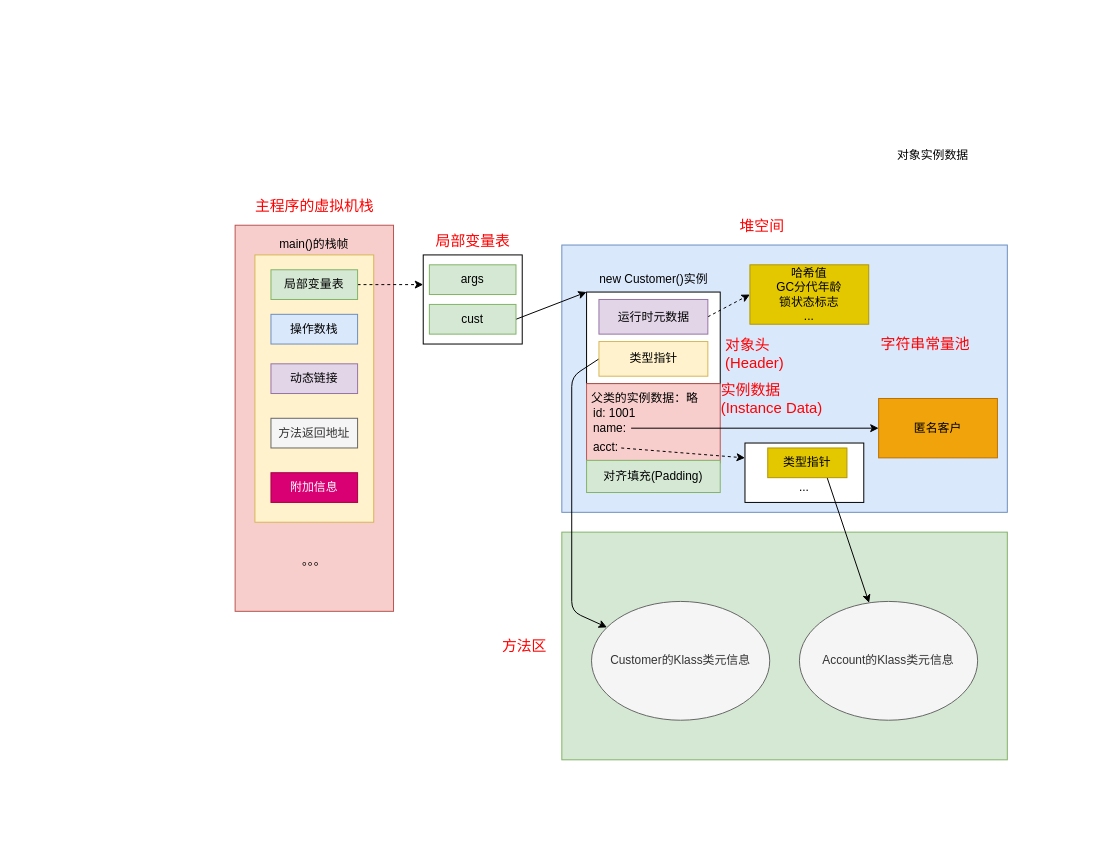
Before: source/_posts/编程语言/Java/Java语言/JVM/图示/2 Java内存区域/对象的内存布局.drawio in CoachHe/coachhe.github.io, a draw.io diagram. Source tidied: cells renumbered, new cells numbered last; positions are measured from the earlier drawing's top-left corner, leaving out a move shared by most shapes. Both pictures are drawn from the tidied source at 99%, with x=0, y=0 at pixel (17, 17).
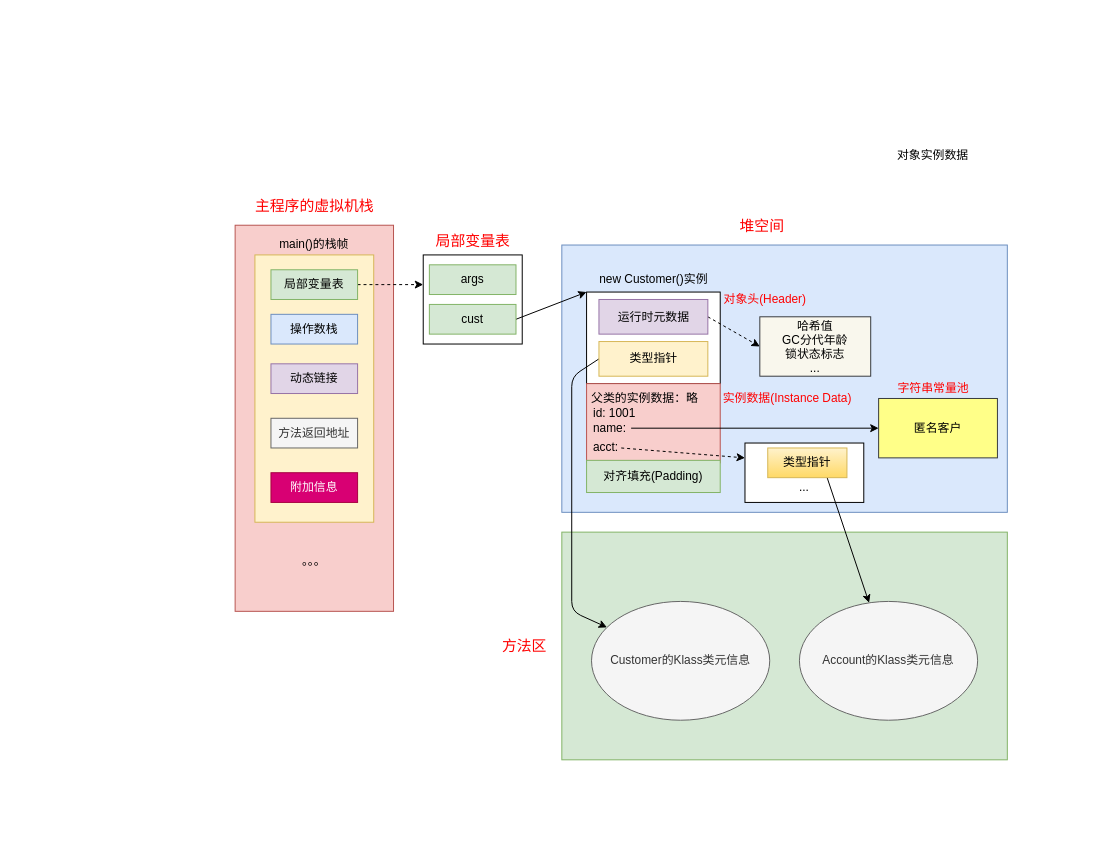
After the change.

Diff of the diagram source:
```diff
@@
-    <mxCell id="35" value="哈希值&lt;br&gt;GC分代年龄&lt;br&gt;锁状态标志&lt;br&gt;..." style="rounded=0;whiteSpace=wrap;html=1;fillColor=#e3c800;strokeColor=#B09500;fontColor=#000000;" parent="1" vertex="1">
-      <mxGeometry x="740" y="250" width="120" height="60" as="geometry" />
+    <mxCell id="35" value="哈希值&lt;br&gt;GC分代年龄&lt;br&gt;锁状态标志&lt;br&gt;..." style="rounded=0;whiteSpace=wrap;html=1;fillColor=#f9f7ed;strokeColor=#36393d;" parent="1" vertex="1">
+      <mxGeometry x="750" y="302.5" width="112" height="60" as="geometry" />
     </mxCell>
-    <mxCell id="36" value="&lt;div style=&quot;text-align: left&quot;&gt;&lt;span style=&quot;font-size: 15px ; color: rgb(255 , 0 , 0)&quot;&gt;对象头&lt;/span&gt;&lt;/div&gt;&lt;font color=&quot;#ff0000&quot;&gt;&lt;div style=&quot;text-align: left&quot;&gt;&lt;span style=&quot;font-size: 15px&quot;&gt;(Header)&lt;/span&gt;&lt;/div&gt;&lt;/font&gt;" style="text;html=1;strokeColor=none;fillColor=none;align=center;verticalAlign=middle;whiteSpace=wrap;rounded=0;" parent="1" vertex="1">
-      <mxGeometry x="710" y="330" width="70" height="20" as="geometry" />
+    <mxCell id="36" value="&lt;div style=&quot;text-align: left&quot;&gt;&lt;span style=&quot;color: rgb(255 , 0 , 0)&quot;&gt;&lt;font style=&quot;font-size: 12px&quot;&gt;对象头&lt;/font&gt;&lt;/span&gt;&lt;span style=&quot;color: rgb(255 , 0 , 0)&quot;&gt;(Header)&lt;/span&gt;&lt;/div&gt;" style="text;html=1;strokeColor=none;fillColor=none;align=center;verticalAlign=middle;whiteSpace=wrap;rounded=0;" parent="1" vertex="1">
+      <mxGeometry x="702.5" y="275" width="105" height="20" as="geometry" />
     </mxCell>
-    <mxCell id="37" value="&lt;div style=&quot;text-align: left&quot;&gt;&lt;span style=&quot;font-size: 15px ; color: rgb(255 , 0 , 0)&quot;&gt;实例数据(Instance Data)&lt;/span&gt;&lt;/div&gt;" style="text;html=1;strokeColor=none;fillColor=none;align=center;verticalAlign=middle;whiteSpace=wrap;rounded=0;" parent="1" vertex="1">
-      <mxGeometry x="710" y="375" width="120" height="20" as="geometry" />
+    <mxCell id="37" value="&lt;div style=&quot;text-align: left&quot;&gt;&lt;span style=&quot;color: rgb(255 , 0 , 0)&quot;&gt;&lt;font style=&quot;font-size: 12px&quot;&gt;实例数据(Instance Data)&lt;/font&gt;&lt;/span&gt;&lt;/div&gt;" style="text;html=1;strokeColor=none;fillColor=none;align=center;verticalAlign=middle;whiteSpace=wrap;rounded=0;" parent="1" vertex="1">
+      <mxGeometry x="707.5" y="375" width="140" height="20" as="geometry" />
     </mxCell>
-    <mxCell id="38" value="匿名客户" style="rounded=0;whiteSpace=wrap;html=1;fillColor=#f0a30a;strokeColor=#BD7000;fontColor=#000000;" parent="1" vertex="1">
+    <mxCell id="38" value="匿名客户" style="rounded=0;whiteSpace=wrap;html=1;fillColor=#ffff88;strokeColor=#36393d;" parent="1" vertex="1">
       <mxGeometry x="870" y="385" width="120" height="60" as="geometry" />
     </mxCell>
-    <mxCell id="39" value="&lt;font color=&quot;#ff0000&quot;&gt;&lt;span style=&quot;font-size: 15px&quot;&gt;字符串常量池&lt;/span&gt;&lt;/font&gt;" style="text;html=1;strokeColor=none;fillColor=none;align=center;verticalAlign=middle;whiteSpace=wrap;rounded=0;" parent="1" vertex="1">
-      <mxGeometry x="855" y="320" width="125" height="20" as="geometry" />
+    <mxCell id="39" value="&lt;font color=&quot;#ff0000&quot; style=&quot;font-size: 12px&quot;&gt;字符串常量池&lt;/font&gt;" style="text;html=1;strokeColor=none;fillColor=none;align=center;verticalAlign=middle;whiteSpace=wrap;rounded=0;" parent="1" vertex="1">
+      <mxGeometry x="862.5" y="365" width="125" height="20" as="geometry" />
     </mxCell>
@@
-    <mxCell id="42" value="类型指针" style="rounded=0;whiteSpace=wrap;html=1;fillColor=#e3c800;strokeColor=#B09500;fontColor=#000000;" parent="1" vertex="1">
+    <mxCell id="42" value="类型指针" style="rounded=0;whiteSpace=wrap;html=1;fillColor=#fff2cc;strokeColor=#d6b656;gradientColor=#ffd966;" parent="1" vertex="1">
       <mxGeometry x="758" y="435" width="80" height="30" as="geometry" />
     </mxCell>
```
